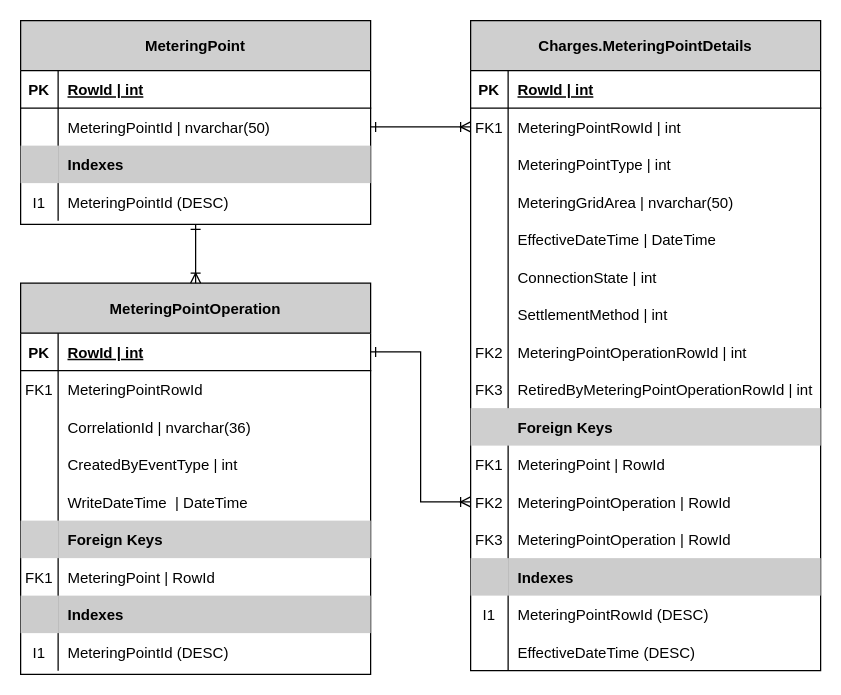
Earlier version of the draw.io diagram docs/data-models/MeteringPointDataModel.drawio (Energinet-DataHub/ARCHIVED-geh-charges). Source tidied: cells renumbered, new cells numbered last; positions are measured from the earlier drawing's top-left corner, leaving out a move shared by most shapes. Both pictures are drawn from the tidied source at 125%, with x=0, y=0 at pixel (20, 20).
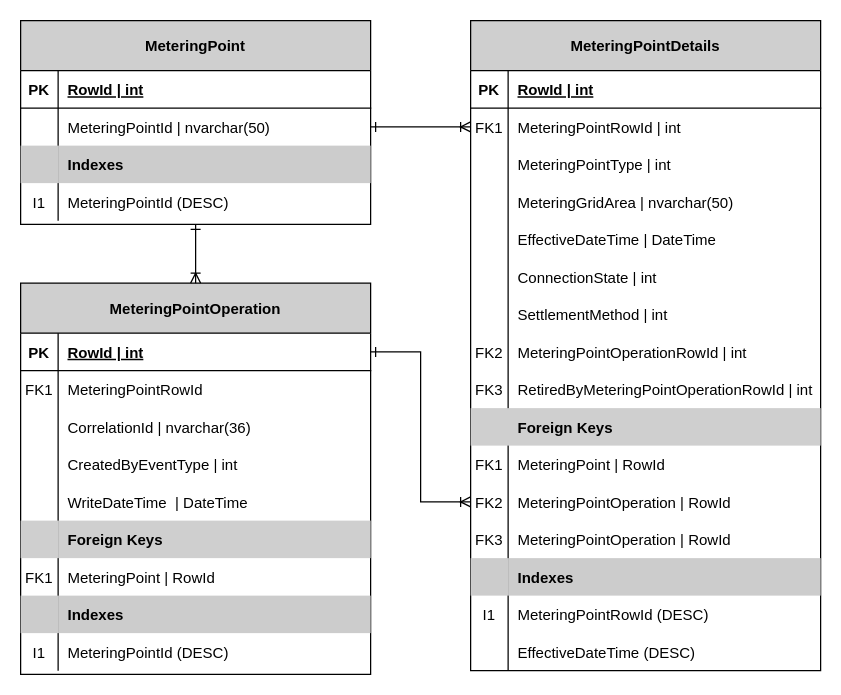
After the change.

Commit message (it also covers changes not shown here):
Missed one schema - now removed

Change to the diagram source:
```diff
@@
-    <mxCell id="15" value="Charges.MeteringPointDetails" style="shape=table;startSize=40;childLayout=tableLayout;rowLines=0;fontStyle=1;align=center;fillColor=#CFCFCF;" parent="1" vertex="1">
+    <mxCell id="15" value="MeteringPointDetails" style="shape=table;startSize=40;childLayout=tableLayout;rowLines=0;fontStyle=1;align=center;fillColor=#CFCFCF;" parent="1" vertex="1">
       <mxGeometry x="360" width="280" height="520" as="geometry" />
     </mxCell>
```
